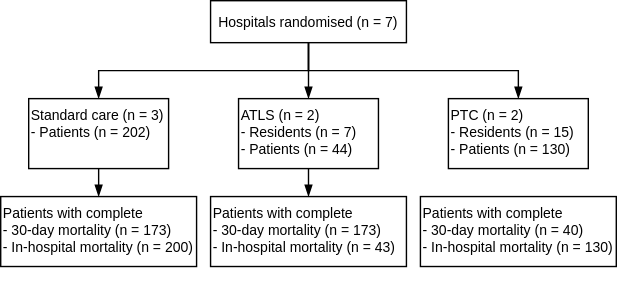
Before: modified-consort-flow-diagram.svg, a diagram exported from draw.io (martingerdin/tern-pilot). Source tidied: cells renumbered, new cells last; positions are measured from the earlier drawing's top-left corner, leaving out a move shared by most shapes.
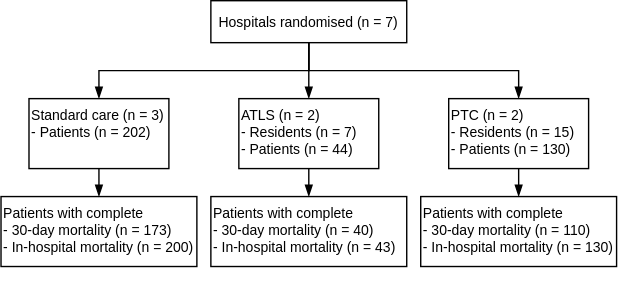
After the commit.

Commit message:
Correct numbers in flowchart

The edit, as a diff of the source:
```diff
@@ -23,6 +23,9 @@
     <mxCell id="8" value="&lt;font color=&quot;#000000&quot; style=&quot;font-size: 10px;&quot;&gt;ATLS (n = 2)&lt;br style=&quot;font-size: 10px;&quot;&gt;- Residents (n = n.atls.residents)&lt;br style=&quot;font-size: 10px;&quot;&gt;- Patients (n = n.atls)&lt;br style=&quot;font-size: 10px;&quot;&gt;&lt;/font&gt;" style="whiteSpace=wrap;html=1;strokeColor=#000000;fillColor=none;align=left;fontSize=10;verticalAlign=top;labelPosition=center;verticalLabelPosition=middle;" parent="1" vertex="1">
       <mxGeometry x="170" y="70" width="100" height="50" as="geometry" />
     </mxCell>
+    <mxCell id="14" style="edgeStyle=none;html=1;exitX=0.5;exitY=1;exitDx=0;exitDy=0;entryX=0.5;entryY=0;entryDx=0;entryDy=0;endArrow=blockThin;endFill=1;" parent="1" edge="1" source="9" target="13">
+      <mxGeometry relative="1" as="geometry" />
+    </mxCell>
     <mxCell id="9" value="&lt;font color=&quot;#000000&quot; style=&quot;font-size: 10px;&quot;&gt;PTC (n = 2)&lt;br style=&quot;font-size: 10px;&quot;&gt;- Residents (n = n.ptc.residents)&lt;br style=&quot;font-size: 10px;&quot;&gt;- Patients (n = n.ptc)&lt;br style=&quot;font-size: 10px;&quot;&gt;&lt;/font&gt;" style="whiteSpace=wrap;html=1;strokeColor=#000000;fillColor=none;align=left;fontSize=10;verticalAlign=top;" parent="1" vertex="1">
       <mxGeometry x="320" y="70" width="100" height="50" as="geometry" />
     </mxCell>
```
